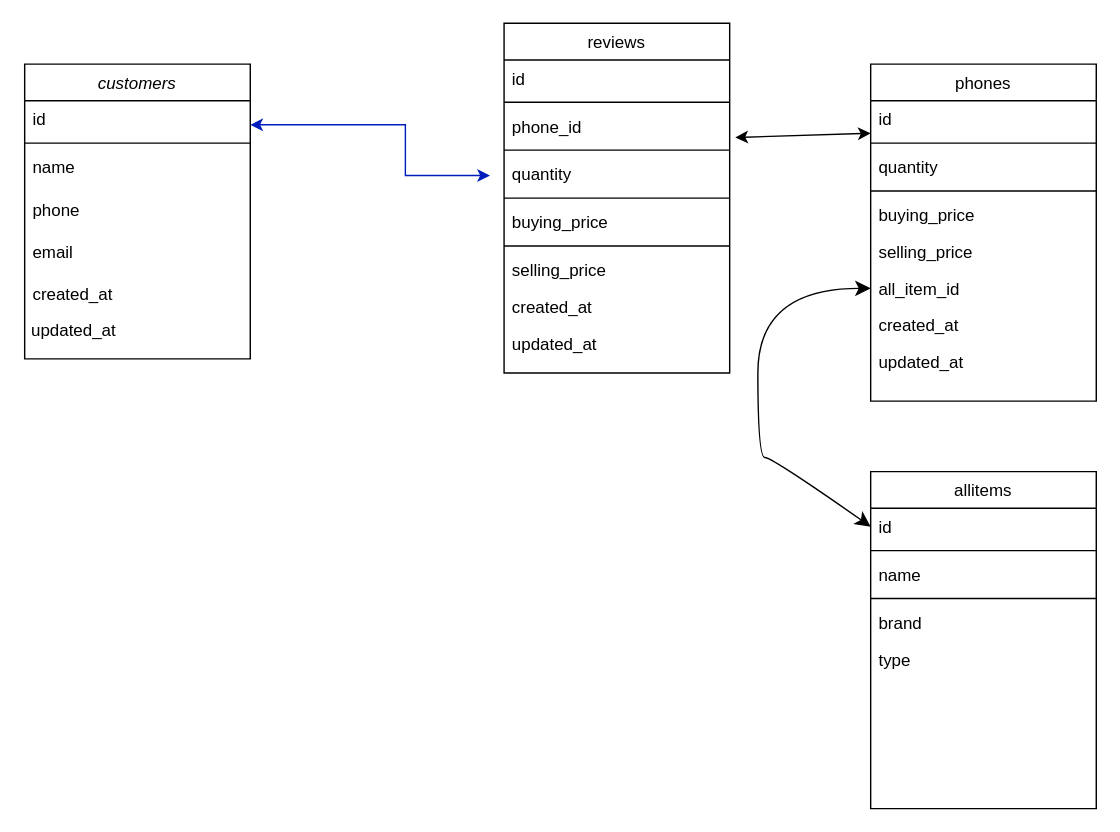
Before: Untitled Diagram.drawio in matsaina/drawio, a draw.io diagram. Source tidied: cells renumbered, new cells numbered last; positions are measured from the earlier drawing's top-left corner, leaving out a move shared by most shapes. Both pictures are drawn from the tidied source at 141%, with x=0, y=0 at pixel (23, 23).
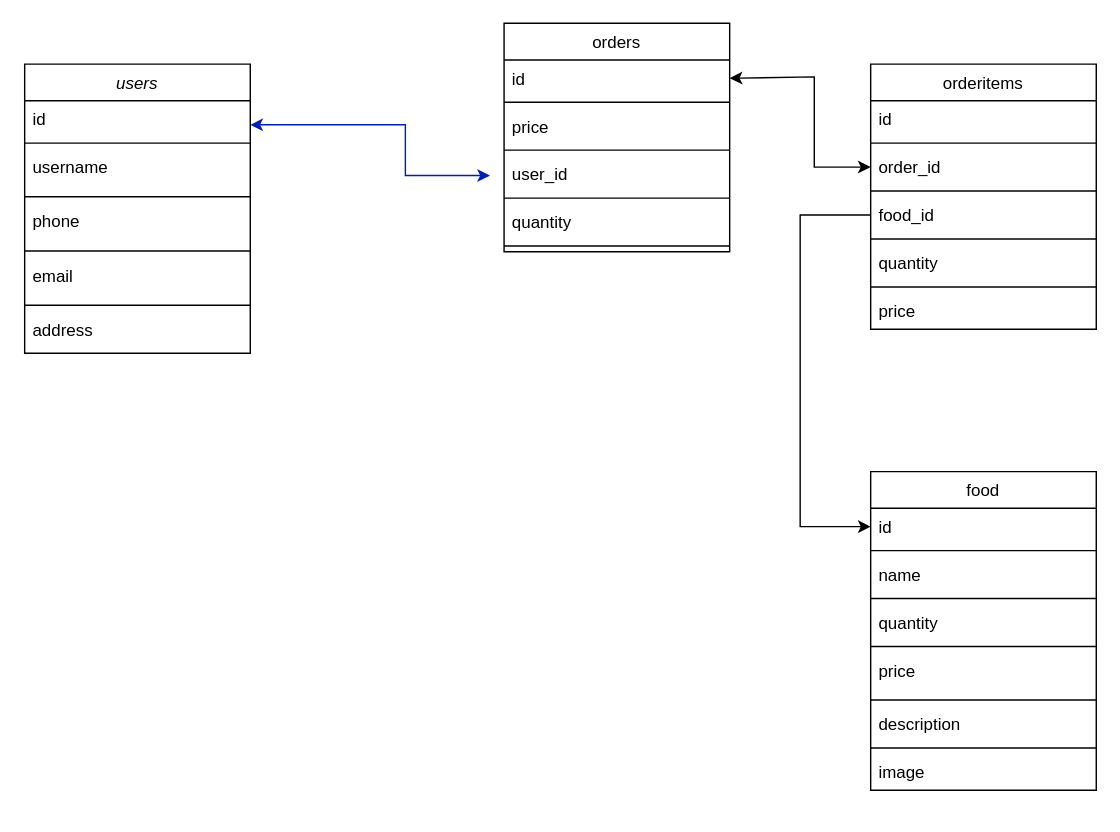
The same page after the edit.

Unchanged cells that the change refers to:
```xml
<mxCell id="20" value="id" style="text;align=left;verticalAlign=top;spacingLeft=4;spacingRight=4;overflow=hidden;points=[[0,0.5],[1,0.5]];portConstraint=eastwest;" parent="19" vertex="1">
  <mxGeometry y="26" width="160" height="26" as="geometry" />
</mxCell>
<mxCell id="35" value="id" style="text;align=left;verticalAlign=top;spacingLeft=4;spacingRight=4;overflow=hidden;points=[[0,0.5],[1,0.5]];portConstraint=eastwest;" parent="34" vertex="1">
  <mxGeometry y="26" width="160" height="26" as="geometry" />
</mxCell>
```

The edit, as a diff of the source:
```diff
@@
-    <mxCell id="2" value="customers" style="swimlane;fontStyle=2;align=center;verticalAlign=top;horizontal=1;startSize=26;rounded=0;shadow=0;strokeWidth=1;" parent="1" vertex="1">
-      <mxGeometry x="1" y="29" width="160" height="209" as="geometry" />
+    <mxCell id="2" value="users" style="swimlane;fontStyle=2;align=center;verticalAlign=top;horizontal=1;startSize=26;rounded=0;shadow=0;strokeWidth=1;" parent="1" vertex="1">
+      <mxGeometry x="1" y="29" width="160" height="205" as="geometry" />
     </mxCell>
@@
-    <mxCell id="5" value="name" style="text;align=left;verticalAlign=top;spacingLeft=4;spacingRight=4;overflow=hidden;" parent="2" vertex="1">
+    <mxCell id="5" value="username" style="text;align=left;verticalAlign=top;spacingLeft=4;spacingRight=4;overflow=hidden;" parent="2" vertex="1">
       <mxGeometry y="60" width="160" height="30" as="geometry" />
     </mxCell>
+    <mxCell id="43" style="line;html=1;strokeWidth=1;align=left;verticalAlign=middle;spacingTop=-1;spacingLeft=3;spacingRight=3;labelPosition=right;" parent="2" vertex="1">
+      <mxGeometry y="90" width="160" height="8" as="geometry" />
+    </mxCell>
     <mxCell id="6" value="phone" style="text;align=left;verticalAlign=top;spacingLeft=4;spacingRight=4;overflow=hidden;" parent="2" vertex="1">
-      <mxGeometry y="90" width="160" height="30" as="geometry" />
+      <mxGeometry y="98" width="160" height="30" as="geometry" />
     </mxCell>
+    <mxCell id="44" style="line;html=1;strokeWidth=1;align=left;verticalAlign=middle;spacingTop=-1;spacingLeft=3;spacingRight=3;labelPosition=right;" parent="2" vertex="1">
+      <mxGeometry y="128" width="160" height="9" as="geometry" />
+    </mxCell>
     <mxCell id="7" value="email" style="text;align=left;verticalAlign=top;spacingLeft=4;spacingRight=4;overflow=hidden;" parent="2" vertex="1">
-      <mxGeometry y="120" width="160" height="30" as="geometry" />
+      <mxGeometry y="137" width="160" height="30" as="geometry" />
     </mxCell>
-    <mxCell id="8" value="created_at" style="text;align=left;verticalAlign=top;spacingLeft=4;spacingRight=4;overflow=hidden;" parent="2" vertex="1">
-      <mxGeometry y="150" width="160" height="30" as="geometry" />
-    </mxCell>
+    <mxCell id="45" style="line;html=1;strokeWidth=1;align=left;verticalAlign=middle;spacingTop=-1;spacingLeft=3;spacingRight=3;labelPosition=right;" parent="2" vertex="1">
+      <mxGeometry y="167" width="160" height="8" as="geometry" />
+    </mxCell>
+    <mxCell id="46" value="address" style="text;align=left;verticalAlign=top;spacingLeft=4;spacingRight=4;overflow=hidden;" parent="2" vertex="1">
+      <mxGeometry y="175" width="160" height="30" as="geometry" />
+    </mxCell>
-    <mxCell id="9" value="phones" style="swimlane;fontStyle=0;align=center;verticalAlign=top;horizontal=1;startSize=26;rounded=0;shadow=0;strokeWidth=1;" parent="1" vertex="1">
-      <mxGeometry x="601" y="29" width="160" height="239" as="geometry" />
+    <mxCell id="9" value="orderitems" style="swimlane;fontStyle=0;align=center;verticalAlign=top;horizontal=1;startSize=26;rounded=0;shadow=0;strokeWidth=1;" parent="1" vertex="1">
+      <mxGeometry x="601" y="29" width="160" height="188" as="geometry" />
     </mxCell>
@@
-    <mxCell id="12" value="quantity" style="text;align=left;verticalAlign=top;spacingLeft=4;spacingRight=4;overflow=hidden;points=[[0,0.5],[1,0.5]];portConstraint=eastwest;" parent="9" vertex="1">
+    <mxCell id="12" value="order_id" style="text;align=left;verticalAlign=top;spacingLeft=4;spacingRight=4;overflow=hidden;points=[[0,0.5],[1,0.5]];portConstraint=eastwest;" parent="9" vertex="1">
       <mxGeometry y="60" width="160" height="26" as="geometry" />
     </mxCell>
@@
-    <mxCell id="14" value="buying_price" style="text;align=left;verticalAlign=top;spacingLeft=4;spacingRight=4;overflow=hidden;points=[[0,0.5],[1,0.5]];portConstraint=eastwest;" parent="9" vertex="1">
+    <mxCell id="14" value="food_id" style="text;align=left;verticalAlign=top;spacingLeft=4;spacingRight=4;overflow=hidden;points=[[0,0.5],[1,0.5]];portConstraint=eastwest;" parent="9" vertex="1">
       <mxGeometry y="94" width="160" height="26" as="geometry" />
     </mxCell>
+    <mxCell id="47" style="line;html=1;strokeWidth=1;align=left;verticalAlign=middle;spacingTop=-1;spacingLeft=3;spacingRight=3;labelPosition=right;" parent="9" vertex="1">
+      <mxGeometry y="120" width="160" height="8" as="geometry" />
+    </mxCell>
-    <mxCell id="15" value="selling_price" style="text;align=left;verticalAlign=top;spacingLeft=4;spacingRight=4;overflow=hidden;" parent="9" vertex="1">
-      <mxGeometry y="120" width="160" height="26" as="geometry" />
+    <mxCell id="15" value="quantity" style="text;align=left;verticalAlign=top;spacingLeft=4;spacingRight=4;overflow=hidden;" parent="9" vertex="1">
+      <mxGeometry y="128" width="160" height="26" as="geometry" />
     </mxCell>
+    <mxCell id="48" style="line;html=1;strokeWidth=1;align=left;verticalAlign=middle;spacingTop=-1;spacingLeft=3;spacingRight=3;labelPosition=right;" parent="9" vertex="1">
+      <mxGeometry y="154" width="160" height="8" as="geometry" />
+    </mxCell>
-    <mxCell id="16" value="all_item_id" style="text;align=left;verticalAlign=top;spacingLeft=4;spacingRight=4;overflow=hidden;points=[[0,0.5],[1,0.5]];portConstraint=eastwest;" parent="9" vertex="1">
-      <mxGeometry y="146" width="160" height="26" as="geometry" />
+    <mxCell id="16" value="price" style="text;align=left;verticalAlign=top;spacingLeft=4;spacingRight=4;overflow=hidden;points=[[0,0.5],[1,0.5]];portConstraint=eastwest;" parent="9" vertex="1">
+      <mxGeometry y="162" width="160" height="26" as="geometry" />
     </mxCell>
-    <mxCell id="17" value="created_at" style="text;align=left;verticalAlign=top;spacingLeft=4;spacingRight=4;overflow=hidden;" parent="9" vertex="1">
-      <mxGeometry y="172" width="160" height="26" as="geometry" />
-    </mxCell>
-    <mxCell id="18" value="updated_at" style="text;align=left;verticalAlign=top;spacingLeft=4;spacingRight=4;overflow=hidden;" parent="9" vertex="1">
-      <mxGeometry y="198" width="160" height="26" as="geometry" />
-    </mxCell>
-    <mxCell id="19" value="reviews" style="swimlane;fontStyle=0;align=center;verticalAlign=top;horizontal=1;startSize=26;rounded=0;shadow=0;strokeWidth=1;" parent="1" vertex="1">
-      <mxGeometry x="341" width="160" height="248" as="geometry" />
+    <mxCell id="19" value="orders" style="swimlane;fontStyle=0;align=center;verticalAlign=top;horizontal=1;startSize=26;rounded=0;shadow=0;strokeWidth=1;" parent="1" vertex="1">
+      <mxGeometry x="341" width="160" height="162" as="geometry" />
     </mxCell>
@@
-    <mxCell id="22" value="phone_id" style="text;align=left;verticalAlign=top;spacingLeft=4;spacingRight=4;overflow=hidden;points=[[0,0.5],[1,0.5]];portConstraint=eastwest;rounded=0;shadow=0;html=0;" parent="19" vertex="1">
+    <mxCell id="22" value="price" style="text;align=left;verticalAlign=top;spacingLeft=4;spacingRight=4;overflow=hidden;points=[[0,0.5],[1,0.5]];portConstraint=eastwest;rounded=0;shadow=0;html=0;" parent="19" vertex="1">
       <mxGeometry y="60" width="160" height="26" as="geometry" />
     </mxCell>
@@
-    <mxCell id="24" value="quantity" style="text;align=left;verticalAlign=top;spacingLeft=4;spacingRight=4;overflow=hidden;rounded=0;shadow=0;html=0;" parent="19" vertex="1">
+    <mxCell id="24" value="user_id" style="text;align=left;verticalAlign=top;spacingLeft=4;spacingRight=4;overflow=hidden;rounded=0;shadow=0;html=0;" parent="19" vertex="1">
       <mxGeometry y="94" width="160" height="26" as="geometry" />
     </mxCell>
@@
-    <mxCell id="26" value="buying_price" style="text;align=left;verticalAlign=top;spacingLeft=4;spacingRight=4;overflow=hidden;rounded=0;shadow=0;html=0;" parent="19" vertex="1">
+    <mxCell id="26" value="quantity" style="text;align=left;verticalAlign=top;spacingLeft=4;spacingRight=4;overflow=hidden;rounded=0;shadow=0;html=0;" parent="19" vertex="1">
       <mxGeometry y="128" width="160" height="26" as="geometry" />
     </mxCell>
@@
-    <mxCell id="28" value="selling_price" style="text;align=left;verticalAlign=top;spacingLeft=4;spacingRight=4;overflow=hidden;rounded=0;shadow=0;html=0;" parent="19" vertex="1">
-      <mxGeometry y="162" width="160" height="26" as="geometry" />
-    </mxCell>
-    <mxCell id="29" value="created_at" style="text;align=left;verticalAlign=top;spacingLeft=4;spacingRight=4;overflow=hidden;rounded=0;shadow=0;html=0;" parent="19" vertex="1">
-      <mxGeometry y="188" width="160" height="26" as="geometry" />
-    </mxCell>
-    <mxCell id="30" value="updated_at" style="text;align=left;verticalAlign=top;spacingLeft=4;spacingRight=4;overflow=hidden;rounded=0;shadow=0;html=0;" parent="19" vertex="1">
-      <mxGeometry y="214" width="160" height="26" as="geometry" />
-    </mxCell>
@@
-    <mxCell id="32" style="endArrow=classic;startArrow=classic;html=1;rounded=0;exitX=1.025;exitY=0.808;exitDx=0;exitDy=0;exitPerimeter=0;" parent="1" edge="1" source="22">
+    <mxCell id="32" style="endArrow=classic;startArrow=classic;html=1;rounded=0;exitX=1;exitY=0.5;exitDx=0;exitDy=0;entryX=0;entryY=0.5;entryDx=0;entryDy=0;" parent="1" edge="1" source="20" target="12">
       <mxGeometry relative="1" as="geometry">
-        <mxPoint x="601" y="78" as="targetPoint" />
+        <Array as="points">
+          <mxPoint x="561" y="38" />
+          <mxPoint x="561" y="102" />
+        </Array>
       </mxGeometry>
     </mxCell>
-    <mxCell id="33" value="updated_at" style="text;align=left;verticalAlign=top;spacingLeft=4;spacingRight=4;overflow=hidden;" parent="1" vertex="1">
-      <mxGeometry y="204" width="160" height="30" as="geometry" />
-    </mxCell>
-    <mxCell id="34" value="allitems" style="swimlane;fontStyle=0;align=center;verticalAlign=top;horizontal=1;startSize=26;rounded=0;shadow=0;strokeWidth=1;" parent="1" vertex="1">
-      <mxGeometry x="601" y="318" width="160" height="239" as="geometry" />
+    <mxCell id="34" value="food" style="swimlane;fontStyle=0;align=center;verticalAlign=top;horizontal=1;startSize=26;rounded=0;shadow=0;strokeWidth=1;" parent="1" vertex="1">
+      <mxGeometry x="601" y="318" width="160" height="226" as="geometry" />
     </mxCell>
@@
-    <mxCell id="39" value="brand" style="text;align=left;verticalAlign=top;spacingLeft=4;spacingRight=4;overflow=hidden;" parent="34" vertex="1">
+    <mxCell id="39" value="quantity" style="text;align=left;verticalAlign=top;spacingLeft=4;spacingRight=4;overflow=hidden;" parent="34" vertex="1">
       <mxGeometry y="94" width="160" height="26" as="geometry" />
     </mxCell>
+    <mxCell id="49" style="line;html=1;strokeWidth=1;align=left;verticalAlign=middle;spacingTop=-1;spacingLeft=3;spacingRight=3;labelPosition=right;" parent="34" vertex="1">
+      <mxGeometry y="120" width="160" height="8" as="geometry" />
+    </mxCell>
+    <mxCell id="50" value="price" style="text;align=left;verticalAlign=top;spacingLeft=4;spacingRight=4;overflow=hidden;" parent="34" vertex="1">
+      <mxGeometry y="128" width="160" height="30" as="geometry" />
+    </mxCell>
+    <mxCell id="51" style="line;html=1;strokeWidth=1;align=left;verticalAlign=middle;spacingTop=-1;spacingLeft=3;spacingRight=3;labelPosition=right;" parent="34" vertex="1">
+      <mxGeometry y="158" width="160" height="8" as="geometry" />
+    </mxCell>
-    <mxCell id="40" value="type" style="text;align=left;verticalAlign=top;spacingLeft=4;spacingRight=4;overflow=hidden;" parent="34" vertex="1">
-      <mxGeometry y="120" width="160" height="26" as="geometry" />
+    <mxCell id="40" value="description" style="text;align=left;verticalAlign=top;spacingLeft=4;spacingRight=4;overflow=hidden;" parent="34" vertex="1">
+      <mxGeometry y="166" width="160" height="26" as="geometry" />
     </mxCell>
+    <mxCell id="52" style="line;html=1;strokeWidth=1;align=left;verticalAlign=middle;spacingTop=-1;spacingLeft=3;spacingRight=3;labelPosition=right;" parent="34" vertex="1">
+      <mxGeometry y="192" width="160" height="8" as="geometry" />
+    </mxCell>
+    <mxCell id="53" value="image" style="text;align=left;verticalAlign=top;spacingLeft=4;spacingRight=4;overflow=hidden;" parent="34" vertex="1">
+      <mxGeometry y="200" width="160" height="26" as="geometry" />
+    </mxCell>
@@
-    <mxCell id="42" style="endArrow=classic;startArrow=classic;html=1;rounded=0;fontSize=12;startSize=8;endSize=8;curved=1;entryX=0;entryY=0.5;entryDx=0;entryDy=0;exitX=0;exitY=0.5;exitDx=0;exitDy=0;" parent="1" edge="1" source="35" target="16">
-      <mxGeometry relative="1" as="geometry">
-        <Array as="points">
-          <mxPoint x="531" y="308" />
-          <mxPoint x="521" y="308" />
-          <mxPoint x="521" y="188" />
-        </Array>
-      </mxGeometry>
-    </mxCell>
+    <mxCell id="54" style="edgeStyle=orthogonalEdgeStyle;rounded=0;jettySize=auto;html=1;entryX=0;entryY=0.5;entryDx=0;entryDy=0;" parent="1" edge="1" source="14" target="35">
+      <mxGeometry relative="1" as="geometry">
+        <Array as="points">
+          <mxPoint x="551" y="136" />
+          <mxPoint x="551" y="357" />
+        </Array>
+      </mxGeometry>
+    </mxCell>
```
